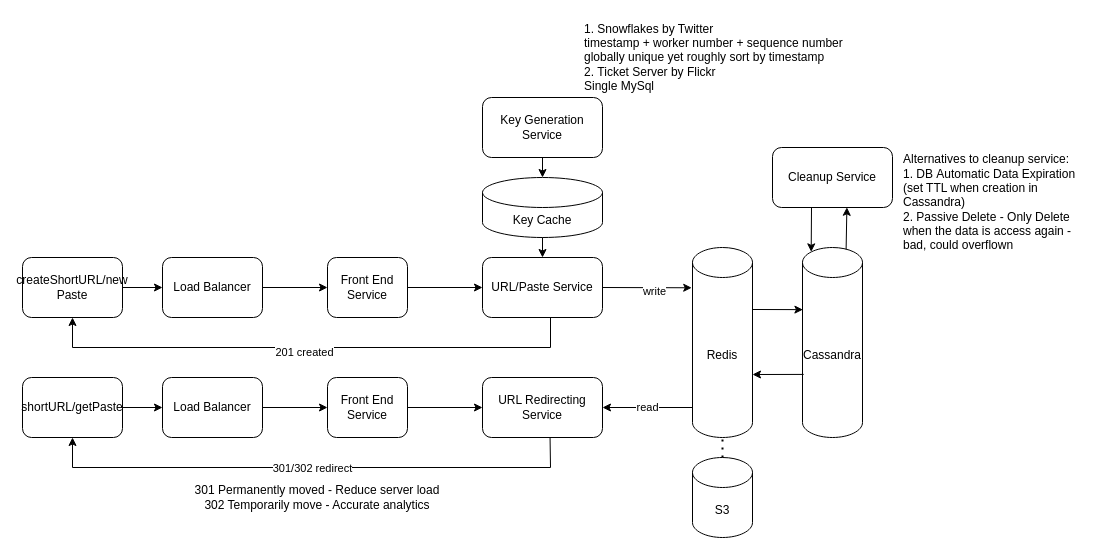
Before: TinyUrlPasteBin.drawio in xwq172677170/SysdDiagram, a draw.io diagram. Source tidied: cells renumbered, new cells numbered last; positions are measured from the earlier drawing's top-left corner, leaving out a move shared by most shapes. Both pictures are drawn from the tidied source at 100%, with x=0, y=0 at pixel (22, 17).
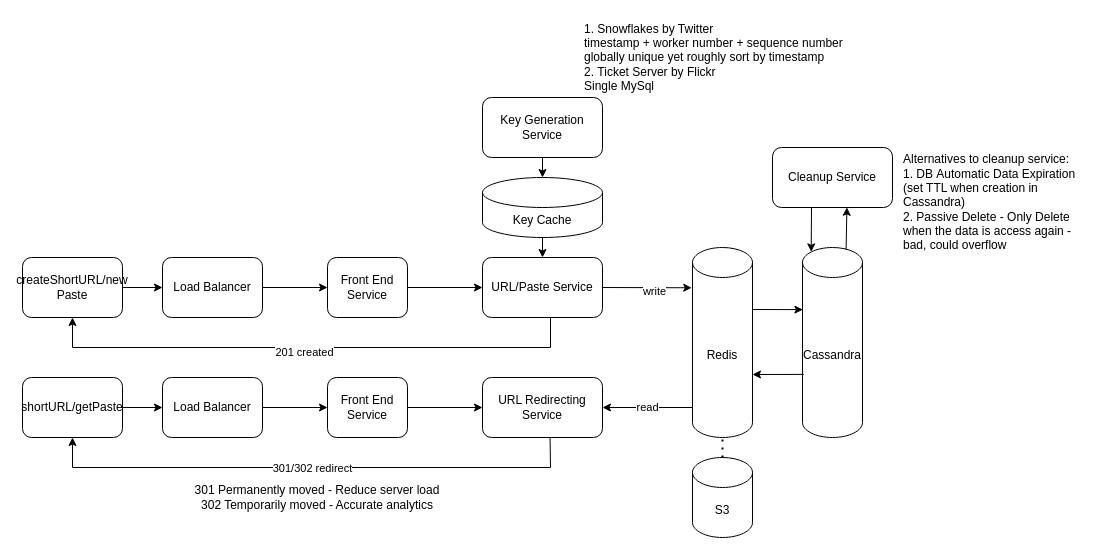
Above is the later version.

The edit, as a diff of the source:
```diff
@@
-    <mxCell id="34" value="&lt;div style=&quot;text-align: left;&quot;&gt;&lt;span style=&quot;background-color: initial;&quot;&gt;Alternatives to cleanup service:&lt;/span&gt;&lt;/div&gt;&lt;div style=&quot;text-align: left;&quot;&gt;&lt;span style=&quot;background-color: initial;&quot;&gt;1. DB&amp;nbsp;Automatic Data Expiration (set TTL when creation in Cassandra)&lt;/span&gt;&lt;/div&gt;&lt;div style=&quot;text-align: left;&quot;&gt;&lt;span style=&quot;background-color: initial;&quot;&gt;2. Passive Delete - Only Delete when the data is access again - bad, could overflown&lt;/span&gt;&lt;/div&gt;" style="text;html=1;strokeColor=none;fillColor=none;align=center;verticalAlign=middle;whiteSpace=wrap;rounded=0;" parent="1" vertex="1">
+    <mxCell id="34" value="&lt;div style=&quot;text-align: left;&quot;&gt;&lt;span style=&quot;background-color: initial;&quot;&gt;Alternatives to cleanup service:&lt;/span&gt;&lt;/div&gt;&lt;div style=&quot;text-align: left;&quot;&gt;&lt;span style=&quot;background-color: initial;&quot;&gt;1. DB&amp;nbsp;Automatic Data Expiration (set TTL when creation in Cassandra)&lt;/span&gt;&lt;/div&gt;&lt;div style=&quot;text-align: left;&quot;&gt;&lt;span style=&quot;background-color: initial;&quot;&gt;2. Passive Delete - Only Delete when the data is access again - bad, could overflow&lt;/span&gt;&lt;/div&gt;" style="text;html=1;strokeColor=none;fillColor=none;align=center;verticalAlign=middle;whiteSpace=wrap;rounded=0;" parent="1" vertex="1">
       <mxGeometry x="880" y="130" width="180" height="110" as="geometry" />
     </mxCell>
@@
-    <mxCell id="38" value="301 Permanently moved - Reduce server load&lt;br&gt;302 Temporarily move - Accurate analytics" style="text;html=1;strokeColor=none;fillColor=none;align=center;verticalAlign=middle;whiteSpace=wrap;rounded=0;" parent="1" vertex="1">
+    <mxCell id="38" value="301 Permanently moved - Reduce server load&lt;br&gt;302 Temporarily moved - Accurate analytics" style="text;html=1;strokeColor=none;fillColor=none;align=center;verticalAlign=middle;whiteSpace=wrap;rounded=0;" parent="1" vertex="1">
       <mxGeometry x="150" y="460" width="290" height="40" as="geometry" />
     </mxCell>
```
